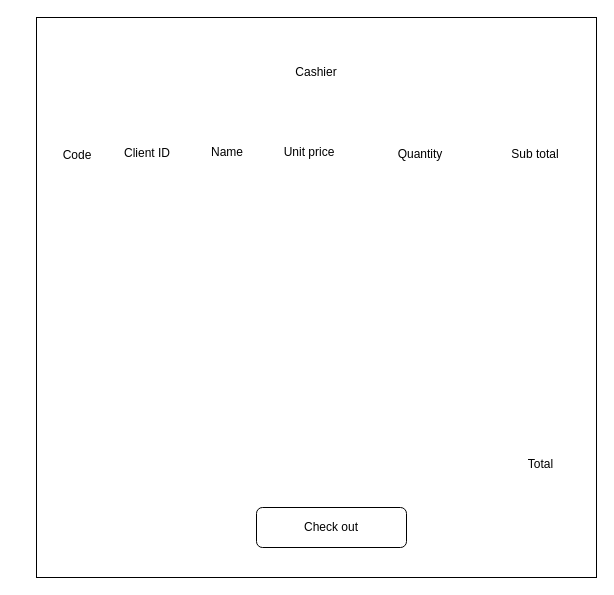
Before: page "Page_cahier" (6 of 6) of doc/fichier drawio/TP_d07.drawio in arseneRuben/E_Commerce_JEE, a draw.io diagram. Source tidied: cells renumbered, new cells numbered last; positions are measured from the earlier drawing's top-left corner, leaving out a move shared by most shapes. Both pictures are drawn from the tidied source at 100%, with x=0, y=0 at pixel (17, 17).
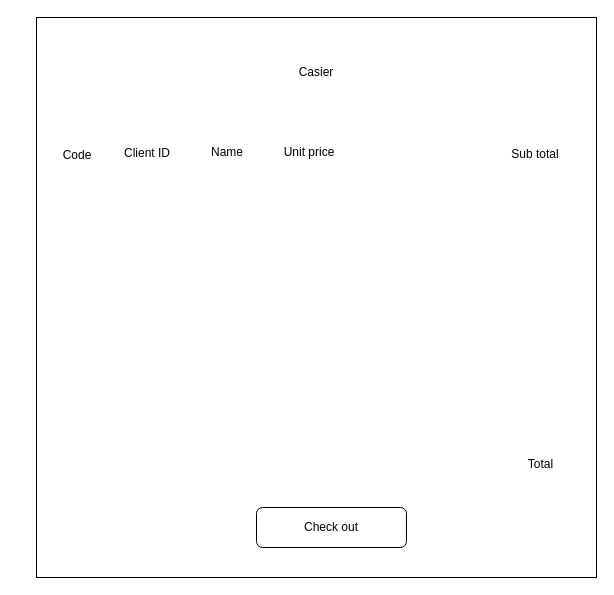
The same diagram, later.

The edit, as a diff of the source:
```diff
@@
 <mxGraphModel>
   <root>
     <mxCell id="0" />
     <mxCell id="1" parent="0" />
     <mxCell id="2" style="whiteSpace=wrap;html=1;" parent="1" vertex="1">
       <mxGeometry x="19" width="560" height="560" as="geometry" />
     </mxCell>
-    <mxCell id="3" value="Cashier" style="text;html=1;strokeColor=none;fillColor=none;align=center;verticalAlign=middle;whiteSpace=wrap;rounded=0;" parent="1" vertex="1">
+    <mxCell id="3" value="Casier" style="text;html=1;strokeColor=none;fillColor=none;align=center;verticalAlign=middle;whiteSpace=wrap;rounded=0;" parent="1" vertex="1">
       <mxGeometry x="239" y="40" width="120" height="30" as="geometry" />
     </mxCell>
     <mxCell id="4" value="Code" style="text;html=1;strokeColor=none;fillColor=none;align=center;verticalAlign=middle;whiteSpace=wrap;rounded=0;" parent="1" vertex="1">
       <mxGeometry y="123" width="120" height="30" as="geometry" />
     </mxCell>
     <mxCell id="5" value="Name" style="text;html=1;strokeColor=none;fillColor=none;align=center;verticalAlign=middle;whiteSpace=wrap;rounded=0;" parent="1" vertex="1">
       <mxGeometry x="150" y="120" width="120" height="30" as="geometry" />
     </mxCell>
     <mxCell id="6" value="Unit price" style="text;html=1;strokeColor=none;fillColor=none;align=center;verticalAlign=middle;whiteSpace=wrap;rounded=0;" parent="1" vertex="1">
       <mxGeometry x="232" y="120" width="120" height="30" as="geometry" />
     </mxCell>
     <mxCell id="7" value="Check out" style="rounded=1;whiteSpace=wrap;html=1;" parent="1" vertex="1">
       <mxGeometry x="239" y="490" width="150" height="40" as="geometry" />
     </mxCell>
-    <mxCell id="8" value="Quantity" style="text;html=1;strokeColor=none;fillColor=none;align=center;verticalAlign=middle;whiteSpace=wrap;rounded=0;" parent="1" vertex="1">
-      <mxGeometry x="343" y="122" width="120" height="30" as="geometry" />
-    </mxCell>
     <mxCell id="9" value="Total" style="text;html=1;strokeColor=none;fillColor=none;align=center;verticalAlign=middle;whiteSpace=wrap;rounded=0;" parent="1" vertex="1">
       <mxGeometry x="469" y="432" width="109" height="30" as="geometry" />
     </mxCell>
     <mxCell id="10" value="Client ID" style="text;html=1;strokeColor=none;fillColor=none;align=center;verticalAlign=middle;whiteSpace=wrap;rounded=0;" parent="1" vertex="1">
       <mxGeometry x="70" y="121" width="120" height="30" as="geometry" />
     </mxCell>
     <mxCell id="11" value="Sub total" style="text;html=1;strokeColor=none;fillColor=none;align=center;verticalAlign=middle;whiteSpace=wrap;rounded=0;" parent="1" vertex="1">
       <mxGeometry x="458" y="122" width="120" height="30" as="geometry" />
     </mxCell>
   </root>
 </mxGraphModel>
```
